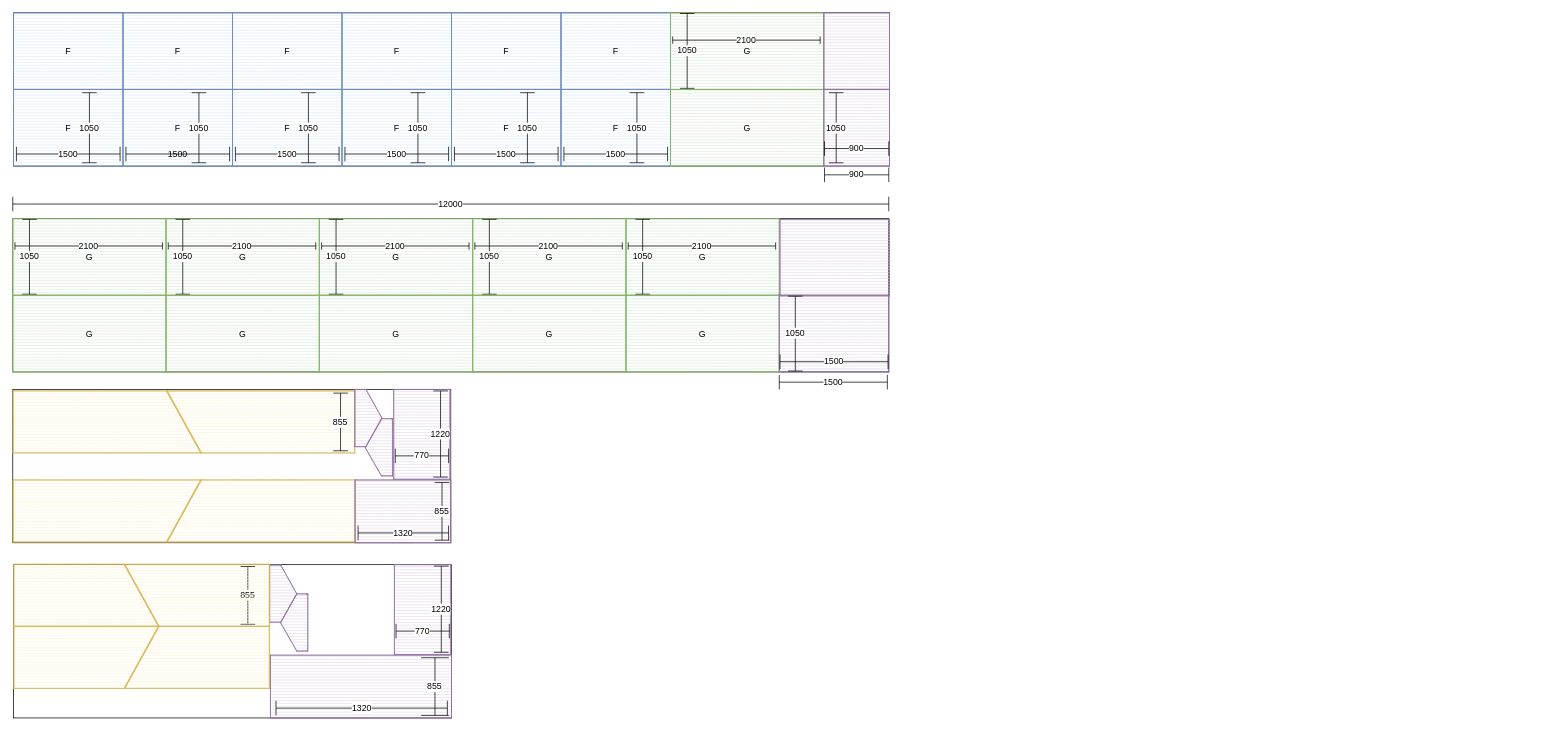
Above: page "Раскрой листов" (2 of 2) of Delta.drawio in wl2776/delta (draw.io), before the change. Source tidied: cells renumbered, new cells numbered last; positions are measured from the earlier drawing's top-left corner, leaving out a move shared by most shapes. Both pictures are drawn from the tidied source at 73%, with x=0, y=0 at pixel (12, 12).
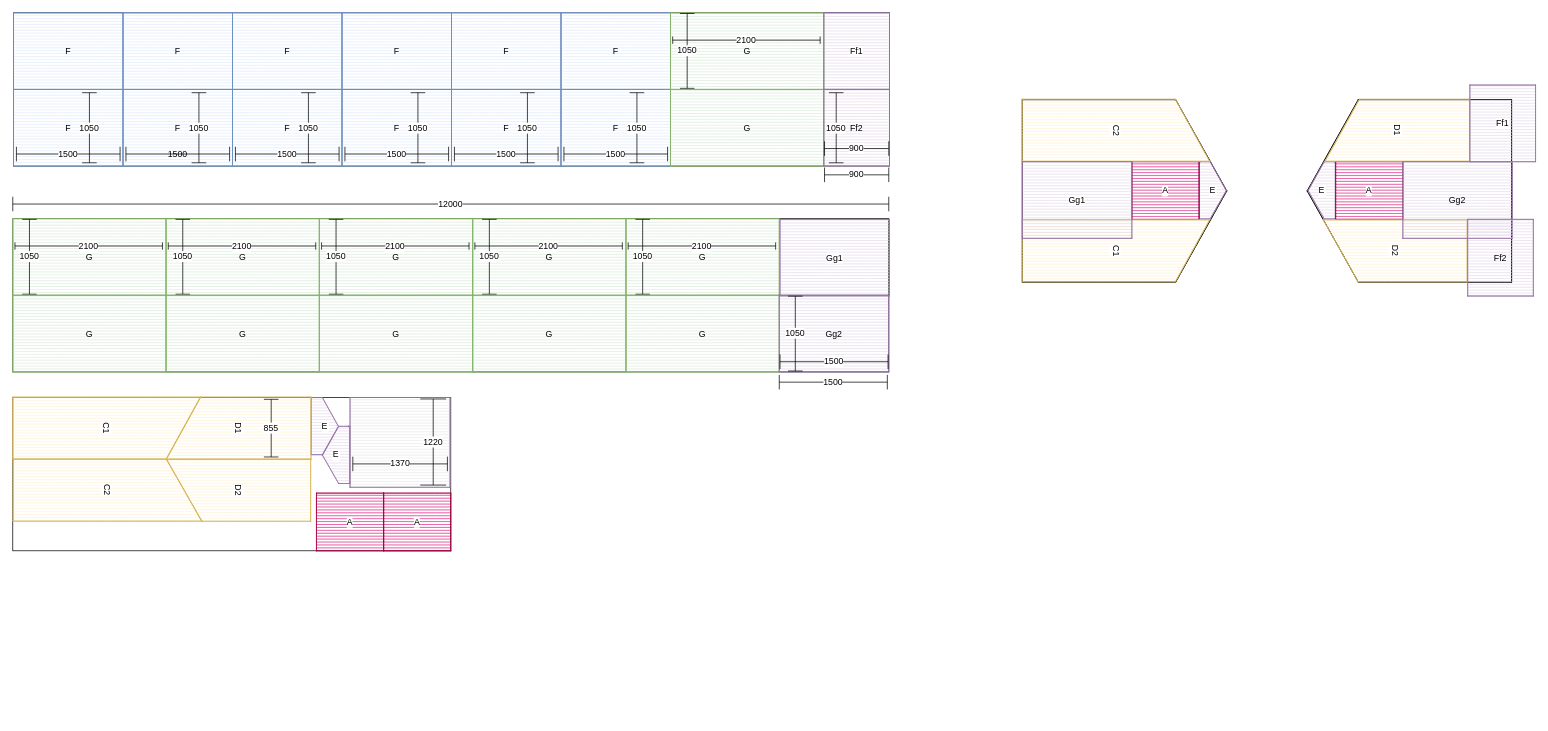
The same page after the edit.

Diff of the diagram source:
```diff
@@
-    <mxCell id="2" style="rounded=0;whiteSpace=wrap;html=1;" parent="1" vertex="1">
-      <mxGeometry y="516" width="600" height="210" as="geometry" />
-    </mxCell>
@@
-    <mxCell id="8" style="shape=manualInput;whiteSpace=wrap;html=1;size=47;rotation=90;direction=east;flipV=0;flipH=0;fillColor=#fff2cc;strokeColor=#d6b656;sketch=1;fillStyle=hachure;jiggle=0;hachureAngle=0;" parent="1" vertex="1">
-      <mxGeometry x="86.5" y="432" width="85" height="256.9" as="geometry" />
-    </mxCell>
-    <mxCell id="9" style="shape=manualInput;whiteSpace=wrap;html=1;size=47;rotation=90;direction=east;flipV=0;flipH=1;fillColor=#fff2cc;strokeColor=#d6b656;sketch=1;fillStyle=hachure;hachureGap=-1;jiggle=0;curveFitting=0.95;hachureAngle=0;" parent="1" vertex="1">
-      <mxGeometry x="86.5" y="554" width="85" height="256.9" as="geometry" />
-    </mxCell>
-    <mxCell id="10" style="shape=manualInput;whiteSpace=wrap;html=1;size=47;rotation=90;direction=east;flipV=1;flipH=0;fillColor=#fff2cc;strokeColor=#d6b656;sketch=1;fillStyle=hachure;jiggle=0;hachureAngle=0;" parent="1" vertex="1">
-      <mxGeometry x="297.5" y="554" width="85" height="256.9" as="geometry" />
-    </mxCell>
-    <mxCell id="11" style="shape=manualInput;whiteSpace=wrap;html=1;size=47;rotation=90;direction=east;flipV=1;flipH=1;fillColor=#fff2cc;strokeColor=#d6b656;sketch=1;fillStyle=hachure;jiggle=0;hachureAngle=0;" parent="1" vertex="1">
-      <mxGeometry x="297.5" y="432" width="85" height="256.9" as="geometry" />
-    </mxCell>
@@
-    <mxCell id="66" style="group;labelBackgroundColor=default;" parent="1" vertex="1">
-      <mxGeometry x="469" y="640" width="131" height="86" as="geometry" />
-    </mxCell>
-    <mxCell id="67" style="rounded=0;whiteSpace=wrap;html=1;sketch=1;hachureGap=-1;hachureAngle=90;jiggle=0;fillStyle=hachure;curveFitting=0.95;fillColor=#e1d5e7;strokeColor=#9673a6;" parent="66" vertex="1">
-      <mxGeometry width="131" height="86" as="geometry" />
-    </mxCell>
-    <mxCell id="68" value="855" style="shape=crossbar;whiteSpace=wrap;html=1;rounded=1;direction=south;labelBackgroundColor=default;" parent="66" vertex="1">
-      <mxGeometry x="109" y="3.5" width="20" height="79" as="geometry" />
-    </mxCell>
-    <mxCell id="69" value="1320" style="shape=crossbar;whiteSpace=wrap;html=1;rounded=1;labelBackgroundColor=default;" parent="66" vertex="1">
-      <mxGeometry x="4" y="62.5" width="124" height="20" as="geometry" />
-    </mxCell>
@@
-    <mxCell id="72" value="855" style="shape=crossbar;whiteSpace=wrap;html=1;rounded=1;direction=south;labelBackgroundColor=default;" parent="1" vertex="1">
-      <mxGeometry x="439" y="521" width="20" height="79" as="geometry" />
-    </mxCell>
-    <mxCell id="73" style="rounded=0;whiteSpace=wrap;html=1;sketch=1;hachureGap=-1;hachureAngle=90;jiggle=0;fillStyle=hachure;curveFitting=0.95;fillColor=#e1d5e7;strokeColor=#9673a6;" parent="1" vertex="1">
+    <mxCell id="73" value="Gg1" style="rounded=0;whiteSpace=wrap;html=1;sketch=1;hachureGap=-1;hachureAngle=90;jiggle=0;fillStyle=hachure;curveFitting=0.95;fillColor=#e1d5e7;strokeColor=#9673a6;labelBackgroundColor=default;" parent="1" vertex="1">
       <mxGeometry x="1051" y="283" width="150" height="105" as="geometry" />
     </mxCell>
-    <mxCell id="74" style="rounded=0;whiteSpace=wrap;html=1;sketch=1;hachureGap=-1;hachureAngle=90;jiggle=0;fillStyle=hachure;curveFitting=0.95;fillColor=#e1d5e7;strokeColor=#9673a6;" parent="1" vertex="1">
+    <mxCell id="74" value="Ff1" style="rounded=0;whiteSpace=wrap;html=1;sketch=1;hachureGap=-1;hachureAngle=90;jiggle=0;fillStyle=hachure;curveFitting=0.95;fillColor=#e1d5e7;strokeColor=#9673a6;labelBackgroundColor=default;" parent="1" vertex="1">
       <mxGeometry x="1111" width="90" height="105" as="geometry" />
     </mxCell>
-    <mxCell id="75" style="group;" parent="1" vertex="1">
+    <mxCell id="75" style="group;labelBackgroundColor=default;" parent="1" vertex="1">
       <mxGeometry x="1111" y="105" width="90" height="105" as="geometry" />
     </mxCell>
-    <mxCell id="76" style="rounded=0;whiteSpace=wrap;html=1;sketch=1;hachureGap=-1;hachureAngle=90;jiggle=0;fillStyle=hachure;curveFitting=0.95;fillColor=#e1d5e7;strokeColor=#9673a6;" parent="75" vertex="1">
+    <mxCell id="76" value="Ff2" style="rounded=0;whiteSpace=wrap;html=1;sketch=1;hachureGap=-1;hachureAngle=90;jiggle=0;fillStyle=hachure;curveFitting=0.95;fillColor=#e1d5e7;strokeColor=#9673a6;" parent="75" vertex="1">
       <mxGeometry width="90" height="105" as="geometry" />
     </mxCell>
@@
-    <mxCell id="79" style="group;" parent="1" vertex="1">
+    <mxCell id="79" style="group;labelBackgroundColor=default;" parent="1" vertex="1">
       <mxGeometry x="1050" y="387" width="150" height="105" as="geometry" />
     </mxCell>
-    <mxCell id="80" style="rounded=0;whiteSpace=wrap;html=1;sketch=1;hachureGap=-1;hachureAngle=90;jiggle=0;fillStyle=hachure;curveFitting=0.95;fillColor=#e1d5e7;strokeColor=#9673a6;" parent="79" vertex="1">
+    <mxCell id="80" value="Gg2" style="rounded=0;whiteSpace=wrap;html=1;sketch=1;hachureGap=-1;hachureAngle=90;jiggle=0;fillStyle=hachure;curveFitting=0.95;fillColor=#e1d5e7;strokeColor=#9673a6;" parent="79" vertex="1">
       <mxGeometry width="150" height="105" as="geometry" />
     </mxCell>
@@
-    <mxCell id="83" style="verticalLabelPosition=bottom;verticalAlign=top;html=1;shape=mxgraph.basic.polygon;polyCoords=[[0.75,0],[0.75,0],[0.75,0],[0.77,0],[0.77,0.89],[0.55,0.89],[0.23,0.45],[0.55,0]];polyline=0;labelBackgroundColor=default;sketch=1;hachureGap=-1;hachureAngle=90;jiggle=0;fillStyle=hachure;curveFitting=0.95;flipV=0;flipH=1;fillColor=#e1d5e7;strokeColor=#9673a6;" parent="1" vertex="1">
-      <mxGeometry x="452.8" y="516" width="69" height="88" as="geometry" />
-    </mxCell>
-    <mxCell id="84" style="verticalLabelPosition=bottom;verticalAlign=top;html=1;shape=mxgraph.basic.polygon;polyCoords=[[0.75,0],[0.75,0],[0.75,0],[0.77,0],[0.77,0.89],[0.55,0.89],[0.23,0.45],[0.55,0]];polyline=0;labelBackgroundColor=default;sketch=1;hachureGap=-1;hachureAngle=90;jiggle=0;fillStyle=hachure;curveFitting=0.95;flipV=0;flipH=0;fillColor=#e1d5e7;strokeColor=#9673a6;" parent="1" vertex="1">
-      <mxGeometry x="467" y="556" width="69" height="88" as="geometry" />
-    </mxCell>
-    <mxCell id="85" style="group;" parent="1" vertex="1">
-      <mxGeometry x="521.8" y="516" width="77.2" height="123" as="geometry" />
-    </mxCell>
-    <mxCell id="86" style="verticalLabelPosition=bottom;verticalAlign=top;html=1;shape=mxgraph.basic.rect;fillColor2=none;strokeWidth=1;size=20;indent=5;labelBackgroundColor=default;sketch=1;hachureGap=-1;hachureAngle=90;jiggle=0;fillStyle=hachure;curveFitting=0.95;fillColor=#e1d5e7;strokeColor=#9673a6;" parent="85" vertex="1">
-      <mxGeometry width="77.2" height="123" as="geometry" />
-    </mxCell>
-    <mxCell id="87" value="1220" style="shape=crossbar;whiteSpace=wrap;html=1;rounded=1;direction=south;labelBackgroundColor=default;" parent="85" vertex="1">
-      <mxGeometry x="54.2" y="2" width="20" height="118" as="geometry" />
-    </mxCell>
-    <mxCell id="88" value="770" style="shape=crossbar;whiteSpace=wrap;html=1;rounded=1;labelBackgroundColor=default;" parent="85" vertex="1">
-      <mxGeometry x="2.2" y="81" width="73" height="20" as="geometry" />
-    </mxCell>
     <mxCell id="89" style="rounded=0;whiteSpace=wrap;html=1;" parent="1" vertex="1">
-      <mxGeometry x="1" y="756" width="600" height="210" as="geometry" />
+      <mxGeometry y="527" width="600" height="210" as="geometry" />
     </mxCell>
-    <mxCell id="90" style="group;labelBackgroundColor=default;" parent="1" vertex="1">
-      <mxGeometry x="353" y="880" width="248" height="86" as="geometry" />
-    </mxCell>
-    <mxCell id="91" style="rounded=0;whiteSpace=wrap;html=1;sketch=1;hachureGap=-1;hachureAngle=90;jiggle=0;fillStyle=hachure;curveFitting=0.95;fillColor=#e1d5e7;strokeColor=#9673a6;" parent="90" vertex="1">
-      <mxGeometry width="248" height="86" as="geometry" />
-    </mxCell>
-    <mxCell id="92" value="855" style="shape=crossbar;whiteSpace=wrap;html=1;rounded=1;direction=south;labelBackgroundColor=default;" parent="90" vertex="1">
-      <mxGeometry x="206.4" y="3.5" width="37.9" height="79" as="geometry" />
-    </mxCell>
-    <mxCell id="93" value="1320" style="shape=crossbar;whiteSpace=wrap;html=1;rounded=1;labelBackgroundColor=default;" parent="90" vertex="1">
-      <mxGeometry x="7.6" y="62.5" width="234.7" height="20" as="geometry" />
-    </mxCell>
-    <mxCell id="94" value="855" style="shape=crossbar;whiteSpace=wrap;html=1;rounded=1;direction=south;labelBackgroundColor=default;" parent="1" vertex="1">
-      <mxGeometry x="312" y="758.5" width="20" height="79" as="geometry" />
-    </mxCell>
-    <mxCell id="95" style="verticalLabelPosition=bottom;verticalAlign=top;html=1;shape=mxgraph.basic.polygon;polyCoords=[[0.75,0],[0.75,0],[0.75,0],[0.77,0],[0.77,0.89],[0.55,0.89],[0.23,0.45],[0.55,0]];polyline=0;labelBackgroundColor=default;sketch=1;hachureGap=-1;hachureAngle=90;jiggle=0;fillStyle=hachure;curveFitting=0.95;flipV=0;flipH=1;fillColor=#e1d5e7;strokeColor=#9673a6;" parent="1" vertex="1">
-      <mxGeometry x="336" y="756.5" width="69" height="88" as="geometry" />
+    <mxCell id="95" value="E" style="verticalLabelPosition=bottom;verticalAlign=top;shape=mxgraph.basic.polygon;polyCoords=[[0.75,0],[0.75,0],[0.75,0],[0.77,0],[0.77,0.89],[0.55,0.89],[0.23,0.45],[0.55,0]];polyline=0;labelBackgroundColor=default;sketch=1;hachureGap=-1;hachureAngle=90;jiggle=0;fillStyle=hachure;curveFitting=0.95;flipV=0;flipH=1;fillColor=#e1d5e7;strokeColor=#9673a6;fontSize=12;spacing=-61;spacingTop=0;" parent="1" vertex="1">
+      <mxGeometry x="393" y="527" width="69" height="88" as="geometry" />
     </mxCell>
-    <mxCell id="96" style="verticalLabelPosition=bottom;verticalAlign=top;html=1;shape=mxgraph.basic.polygon;polyCoords=[[0.75,0],[0.75,0],[0.75,0],[0.77,0],[0.77,0.89],[0.55,0.89],[0.23,0.45],[0.55,0]];polyline=0;labelBackgroundColor=default;sketch=1;hachureGap=-1;hachureAngle=90;jiggle=0;fillStyle=hachure;curveFitting=0.95;flipV=0;flipH=0;fillColor=#e1d5e7;strokeColor=#9673a6;" parent="1" vertex="1">
-      <mxGeometry x="351" y="796" width="69" height="88" as="geometry" />
-    </mxCell>
-    <mxCell id="97" style="group;" parent="1" vertex="1">
-      <mxGeometry x="522.8" y="756" width="77.2" height="123" as="geometry" />
+    <mxCell id="97" style="group;fillColor=none;strokeColor=none;sketch=0;fillStyle=hachure;" parent="1" vertex="1">
+      <mxGeometry x="462" y="527" width="137" height="123" as="geometry" />
     </mxCell>
-    <mxCell id="98" style="verticalLabelPosition=bottom;verticalAlign=top;html=1;shape=mxgraph.basic.rect;fillColor2=none;strokeWidth=1;size=20;indent=5;labelBackgroundColor=default;sketch=1;hachureGap=-1;hachureAngle=90;jiggle=0;fillStyle=hachure;curveFitting=0.95;fillColor=#e1d5e7;strokeColor=#9673a6;" parent="97" vertex="1">
-      <mxGeometry width="77.2" height="123" as="geometry" />
+    <mxCell id="98" style="verticalLabelPosition=bottom;verticalAlign=top;html=1;shape=mxgraph.basic.rect;fillColor2=none;strokeWidth=1;size=20;indent=5;labelBackgroundColor=default;sketch=1;hachureGap=-1;hachureAngle=90;jiggle=0;fillStyle=hachure;curveFitting=0.95;fillColor=#E6E6E6;strokeColor=#9673a6;" parent="97" vertex="1">
+      <mxGeometry width="137" height="123" as="geometry" />
     </mxCell>
     <mxCell id="99" value="1220" style="shape=crossbar;whiteSpace=wrap;html=1;rounded=1;direction=south;labelBackgroundColor=default;" parent="97" vertex="1">
-      <mxGeometry x="54.2" y="2" width="20" height="118" as="geometry" />
+      <mxGeometry x="96.2" y="2" width="35.5" height="118" as="geometry" />
     </mxCell>
-    <mxCell id="100" value="770" style="shape=crossbar;whiteSpace=wrap;html=1;rounded=1;labelBackgroundColor=default;" parent="97" vertex="1">
-      <mxGeometry x="2.2" y="81" width="73" height="20" as="geometry" />
+    <mxCell id="100" value="1370" style="shape=crossbar;whiteSpace=wrap;html=1;rounded=1;labelBackgroundColor=default;" parent="97" vertex="1">
+      <mxGeometry x="3.8" y="81" width="129.6" height="20" as="geometry" />
     </mxCell>
-    <mxCell id="101" style="shape=manualInput;whiteSpace=wrap;html=1;size=47;rotation=90;direction=east;flipV=0;flipH=0;fillColor=#fff2cc;strokeColor=#d6b656;sketch=1;fillStyle=hachure;jiggle=0;hachureAngle=0;" parent="1" vertex="1">
-      <mxGeometry x="58" y="699" width="85" height="198" as="geometry" />
-    </mxCell>
-    <mxCell id="102" style="shape=manualInput;whiteSpace=wrap;html=1;size=47;rotation=90;direction=east;flipV=0;flipH=1;fillColor=#fff2cc;strokeColor=#d6b656;sketch=1;fillStyle=hachure;jiggle=0;hachureAngle=0;" parent="1" vertex="1">
-      <mxGeometry x="58" y="784" width="85" height="198" as="geometry" />
+    <mxCell id="102" value="C2" style="shape=manualInput;whiteSpace=wrap;html=1;size=49;rotation=90;direction=east;flipV=0;flipH=0;fillColor=#fff2cc;strokeColor=#d6b656;sketch=1;fillStyle=hachure;jiggle=0;hachureAngle=0;labelBackgroundColor=default;" parent="1" vertex="1">
+      <mxGeometry x="87.4" y="524.6" width="85" height="258.7" as="geometry" />
     </mxCell>
-    <mxCell id="103" style="shape=manualInput;whiteSpace=wrap;html=1;size=47;rotation=90;direction=east;flipV=1;flipH=0;fillColor=#fff2cc;strokeColor=#d6b656;sketch=1;fillStyle=hachure;jiggle=0;hachureAngle=0;" parent="1" vertex="1">
-      <mxGeometry x="210" y="784" width="85" height="198" as="geometry" />
-    </mxCell>
-    <mxCell id="104" style="shape=manualInput;whiteSpace=wrap;html=1;size=47;rotation=90;direction=east;flipV=1;flipH=1;fillColor=#fff2cc;strokeColor=#d6b656;sketch=1;fillStyle=hachure;jiggle=0;hachureAngle=0;" parent="1" vertex="1">
-      <mxGeometry x="210" y="699" width="85" height="198" as="geometry" />
-    </mxCell>
+    <mxCell id="105" style="verticalLabelPosition=bottom;verticalAlign=top;html=1;shape=mxgraph.basic.polygon;polyCoords=[[0,0],[0.75,0],[0.75,0],[1,0.5],[0.75,1],[0,1],[0,0.75],[0,0]];polyline=0;labelBackgroundColor=default;sketch=1;hachureGap=-1;hachureAngle=90;jiggle=0;fillStyle=hachure;curveFitting=0.95;" parent="1" vertex="1">
+      <mxGeometry x="1383" y="119" width="280" height="250" as="geometry" />
+    </mxCell>
+    <mxCell id="106" value="E" style="verticalLabelPosition=bottom;verticalAlign=top;shape=mxgraph.basic.polygon;polyCoords=[[0.75,0],[0.75,0],[0.75,0],[0.77,0],[0.77,0.89],[0.55,0.89],[0.23,0.45],[0.55,0]];polyline=0;labelBackgroundColor=default;sketch=1;hachureGap=-1;hachureAngle=90;jiggle=0;fillStyle=hachure;curveFitting=0.95;flipV=0;flipH=1;fillColor=#e1d5e7;strokeColor=#9673a6;spacing=-61;" parent="1" vertex="1">
+      <mxGeometry x="1609.2" y="204" width="69" height="88" as="geometry" />
+    </mxCell>
+    <mxCell id="107" value="&lt;font color=&quot;#000000&quot;&gt;A&lt;/font&gt;" style="rounded=0;whiteSpace=wrap;html=1;sketch=1;hachureGap=-1;hachureAngle=90;jiggle=0;fillStyle=hachure;curveFitting=0.95;fillColor=#d80073;fontColor=#ffffff;strokeColor=#A50040;labelBackgroundColor=default;" parent="1" vertex="1">
+      <mxGeometry x="1533.2" y="204" width="92" height="79" as="geometry" />
+    </mxCell>
+    <mxCell id="108" value="C2" style="shape=manualInput;whiteSpace=wrap;html=1;size=47;rotation=90;direction=east;flipV=0;flipH=0;fillColor=#fff2cc;strokeColor=#d6b656;sketch=1;fillStyle=hachure;jiggle=0;hachureAngle=0;labelBackgroundColor=default;" parent="1" vertex="1">
+      <mxGeometry x="1468.6" y="32.5" width="85" height="257" as="geometry" />
+    </mxCell>
+    <mxCell id="109" value="C1" style="shape=manualInput;whiteSpace=wrap;html=1;size=47;rotation=90;direction=east;flipV=0;flipH=1;fillColor=#fff2cc;strokeColor=#d6b656;sketch=1;fillStyle=hachure;jiggle=0;hachureAngle=0;labelBackgroundColor=default;" parent="1" vertex="1">
+      <mxGeometry x="1468.6" y="197.5" width="85" height="257" as="geometry" />
+    </mxCell>
+    <mxCell id="110" value="&lt;font&gt;A&lt;/font&gt;" style="rounded=0;whiteSpace=wrap;html=1;sketch=1;hachureGap=-1;hachureAngle=90;jiggle=0;fillStyle=hachure;curveFitting=0.95;fillColor=#d80073;fontColor=#000000;strokeColor=#A50040;labelBackgroundColor=default;" parent="1" vertex="1">
+      <mxGeometry x="416" y="658" width="92" height="79" as="geometry" />
+    </mxCell>
+    <mxCell id="111" style="verticalLabelPosition=bottom;verticalAlign=top;html=1;shape=mxgraph.basic.polygon;polyCoords=[[0,0],[0.75,0],[0.75,0],[1,0.5],[0.75,1],[0,1],[0,0.75],[0,0]];polyline=0;labelBackgroundColor=default;sketch=1;hachureGap=-1;hachureAngle=90;jiggle=0;fillStyle=hachure;curveFitting=0.95;flipH=1;" parent="1" vertex="1">
+      <mxGeometry x="1773.2" y="119" width="280" height="250" as="geometry" />
+    </mxCell>
+    <mxCell id="112" value="E" style="verticalLabelPosition=bottom;verticalAlign=top;shape=mxgraph.basic.polygon;polyCoords=[[0.75,0],[0.75,0],[0.75,0],[0.77,0],[0.77,0.89],[0.55,0.89],[0.23,0.45],[0.55,0]];polyline=0;labelBackgroundColor=default;sketch=1;hachureGap=-1;hachureAngle=90;jiggle=0;fillStyle=hachure;curveFitting=0.95;flipV=0;flipH=0;fillColor=#e1d5e7;strokeColor=#9673a6;spacing=-61;" parent="1" vertex="1">
+      <mxGeometry x="1758.6" y="204" width="69" height="88" as="geometry" />
+    </mxCell>
+    <mxCell id="113" value="A" style="rounded=0;whiteSpace=wrap;html=1;sketch=1;hachureGap=-1;hachureAngle=90;jiggle=0;fillStyle=hachure;curveFitting=0.95;fillColor=#d80073;fontColor=#000000;strokeColor=#A50040;labelBackgroundColor=default;" parent="1" vertex="1">
+      <mxGeometry x="1812.2" y="204" width="92" height="79" as="geometry" />
+    </mxCell>
+    <mxCell id="114" value="C1" style="shape=manualInput;whiteSpace=wrap;html=1;size=47;rotation=90;direction=east;flipV=0;flipH=1;fillColor=#fff2cc;strokeColor=#d6b656;sketch=1;fillStyle=hachure;jiggle=0;hachureAngle=0;labelBackgroundColor=default;" parent="1" vertex="1">
+      <mxGeometry x="86" y="440.5" width="85" height="257" as="geometry" />
+    </mxCell>
+    <mxCell id="115" value="A" style="rounded=0;whiteSpace=wrap;html=1;sketch=1;hachureGap=-1;hachureAngle=90;jiggle=0;fillStyle=hachure;curveFitting=0.95;fillColor=#d80073;fontColor=#000000;strokeColor=#A50040;labelBackgroundColor=default;" parent="1" vertex="1">
+      <mxGeometry x="508" y="658" width="92" height="79" as="geometry" />
+    </mxCell>
+    <mxCell id="116" value="D2" style="shape=manualInput;whiteSpace=wrap;html=1;size=48;rotation=90;direction=east;flipV=1;flipH=1;fillColor=#fff2cc;strokeColor=#d6b656;sketch=1;fillStyle=hachure;jiggle=0;hachureAngle=0;labelBackgroundColor=default;" parent="1" vertex="1">
+      <mxGeometry x="266.9" y="555.4" width="85" height="197.3" as="geometry" />
+    </mxCell>
+    <mxCell id="96" value="E" style="verticalLabelPosition=bottom;verticalAlign=top;shape=mxgraph.basic.polygon;polyCoords=[[0.75,0],[0.75,0],[0.75,0],[0.77,0],[0.77,0.89],[0.55,0.89],[0.23,0.45],[0.55,0]];polyline=0;labelBackgroundColor=default;sketch=1;hachureGap=-1;hachureAngle=90;jiggle=0;fillStyle=hachure;curveFitting=0.95;flipV=0;flipH=0;fillColor=#e1d5e7;strokeColor=#9673a6;spacing=-61;" parent="1" vertex="1">
+      <mxGeometry x="408.4" y="566.5" width="69" height="88" as="geometry" />
+    </mxCell>
+    <mxCell id="117" value="D1" style="shape=manualInput;whiteSpace=wrap;html=1;size=47;rotation=90;direction=east;flipV=1;flipH=0;fillColor=#fff2cc;strokeColor=#d6b656;sketch=1;fillStyle=hachure;jiggle=0;hachureAngle=0;labelBackgroundColor=default;" parent="1" vertex="1">
+      <mxGeometry x="267" y="470" width="85" height="198" as="geometry" />
+    </mxCell>
+    <mxCell id="94" value="855" style="shape=crossbar;whiteSpace=wrap;html=1;rounded=1;direction=south;labelBackgroundColor=default;" parent="1" vertex="1">
+      <mxGeometry x="344" y="529.5" width="20" height="79" as="geometry" />
+    </mxCell>
+    <mxCell id="118" value="D1" style="shape=manualInput;whiteSpace=wrap;html=1;size=47;rotation=90;direction=east;flipV=1;flipH=0;fillColor=#fff2cc;strokeColor=#d6b656;sketch=1;fillStyle=hachure;jiggle=0;hachureAngle=0;labelBackgroundColor=default;" parent="1" vertex="1">
+      <mxGeometry x="1854.2" y="62" width="85" height="198" as="geometry" />
+    </mxCell>
+    <mxCell id="119" value="D2" style="shape=manualInput;whiteSpace=wrap;html=1;size=48;rotation=90;direction=east;flipV=1;flipH=1;fillColor=#fff2cc;strokeColor=#d6b656;sketch=1;fillStyle=hachure;jiggle=0;hachureAngle=0;labelBackgroundColor=default;" parent="1" vertex="1">
+      <mxGeometry x="1851.2" y="227.4" width="85" height="197.3" as="geometry" />
+    </mxCell>
+    <mxCell id="120" value="Gg1" style="rounded=0;whiteSpace=wrap;html=1;sketch=1;hachureGap=-1;hachureAngle=90;jiggle=0;fillStyle=hachure;curveFitting=0.95;fillColor=#e1d5e7;strokeColor=#9673a6;labelBackgroundColor=default;" parent="1" vertex="1">
+      <mxGeometry x="1383" y="204" width="150" height="105" as="geometry" />
+    </mxCell>
+    <mxCell id="121" style="group;labelBackgroundColor=default;" parent="1" vertex="1">
+      <mxGeometry x="1904.2" y="204" width="150" height="105" as="geometry" />
+    </mxCell>
+    <mxCell id="122" value="Gg2" style="rounded=0;whiteSpace=wrap;html=1;sketch=1;hachureGap=-1;hachureAngle=90;jiggle=0;fillStyle=hachure;curveFitting=0.95;fillColor=#e1d5e7;strokeColor=#9673a6;" parent="121" vertex="1">
+      <mxGeometry width="150" height="105" as="geometry" />
+    </mxCell>
+    <mxCell id="123" value="Ff1" style="rounded=0;whiteSpace=wrap;html=1;sketch=1;hachureGap=-1;hachureAngle=90;jiggle=0;fillStyle=hachure;curveFitting=0.95;fillColor=#e1d5e7;strokeColor=#9673a6;labelBackgroundColor=default;" parent="1" vertex="1">
+      <mxGeometry x="1996" y="99" width="90" height="105" as="geometry" />
+    </mxCell>
+    <mxCell id="124" style="group;labelBackgroundColor=default;" parent="1" vertex="1">
+      <mxGeometry x="1993" y="283" width="90" height="105" as="geometry" />
+    </mxCell>
+    <mxCell id="125" value="Ff2" style="rounded=0;whiteSpace=wrap;html=1;sketch=1;hachureGap=-1;hachureAngle=90;jiggle=0;fillStyle=hachure;curveFitting=0.95;fillColor=#e1d5e7;strokeColor=#9673a6;" parent="124" vertex="1">
+      <mxGeometry width="90" height="105" as="geometry" />
+    </mxCell>
```
